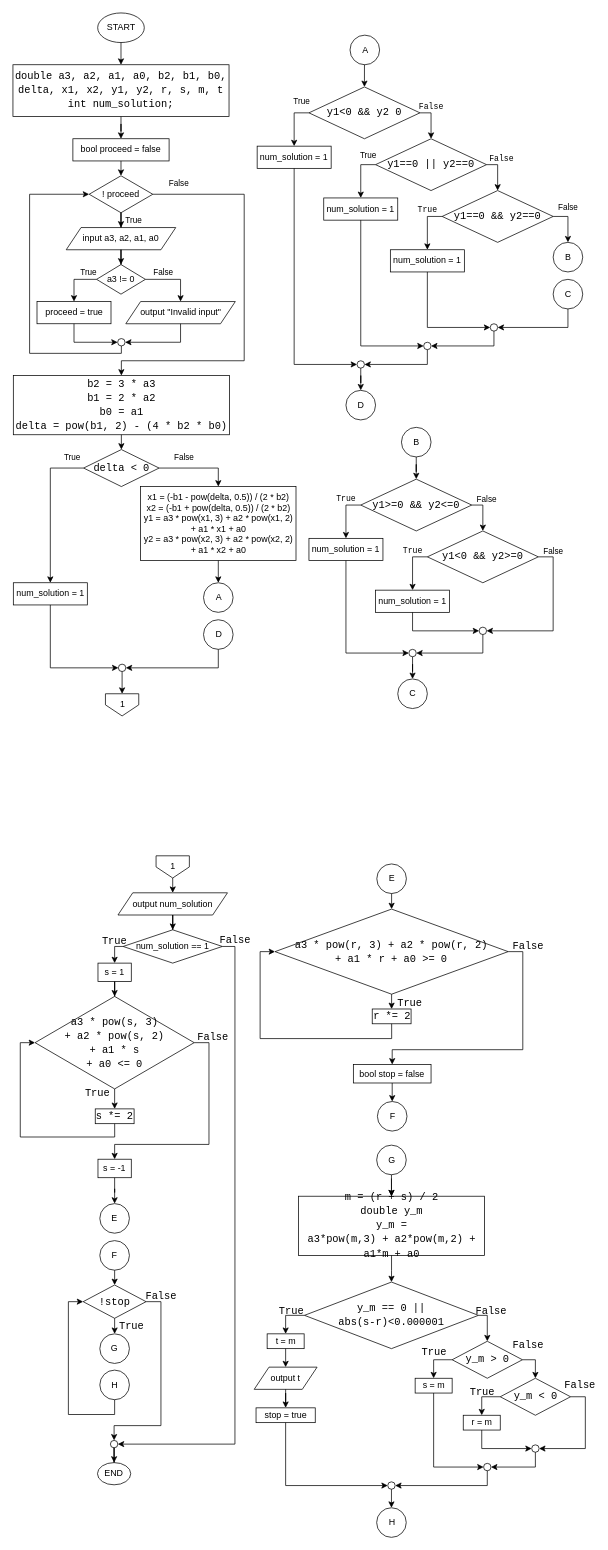
Before: flowchart.drawio in Chin-Wai-Yee/Assignment1_cpp, a draw.io diagram. Source tidied: cells renumbered, new cells numbered last; positions are measured from the earlier drawing's top-left corner, leaving out a move shared by most shapes. Both pictures are drawn from the tidied source at 74%, with x=0, y=0 at pixel (13, 13).
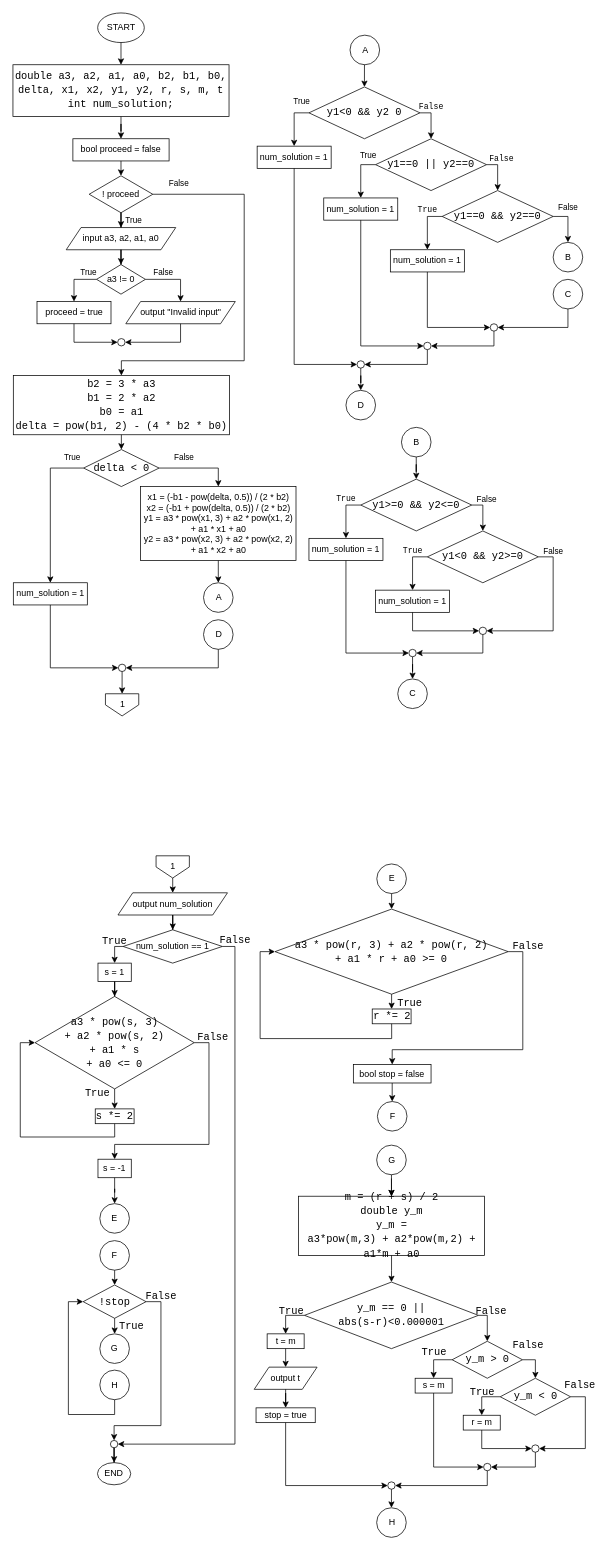
The same page after the edit.

Commit message (it also covers changes not shown here):
Comments added, minor change according to pseudocode

The change refers to these unchanged cells:
```xml
<mxCell id="10" value="! proceed" style="rhombus;whiteSpace=wrap;html=1;fillColor=none;labelBackgroundColor=none;" parent="1" vertex="1">
  <mxGeometry x="103" y="220" width="86" height="50" as="geometry" />
</mxCell>
<mxCell id="21" style="ellipse;whiteSpace=wrap;html=1;labelBackgroundColor=none;fontColor=default;fillColor=none;" parent="1" vertex="1">
  <mxGeometry x="141.5" y="440" width="10" height="10" as="geometry" />
</mxCell>
```

Diff of the diagram source:
```diff
@@
-    <mxCell id="20" style="edgeStyle=orthogonalEdgeStyle;rounded=0;jettySize=auto;html=1;entryX=0;entryY=0.5;entryDx=0;entryDy=0;fontColor=default;exitX=0.5;exitY=1;exitDx=0;exitDy=0;" parent="1" edge="1" source="21" target="10">
-      <mxGeometry relative="1" as="geometry">
-        <Array as="points">
-          <mxPoint x="146.5" y="460" />
-          <mxPoint x="22.5" y="460" />
-          <mxPoint x="22.5" y="245" />
-        </Array>
-      </mxGeometry>
-    </mxCell>
```
